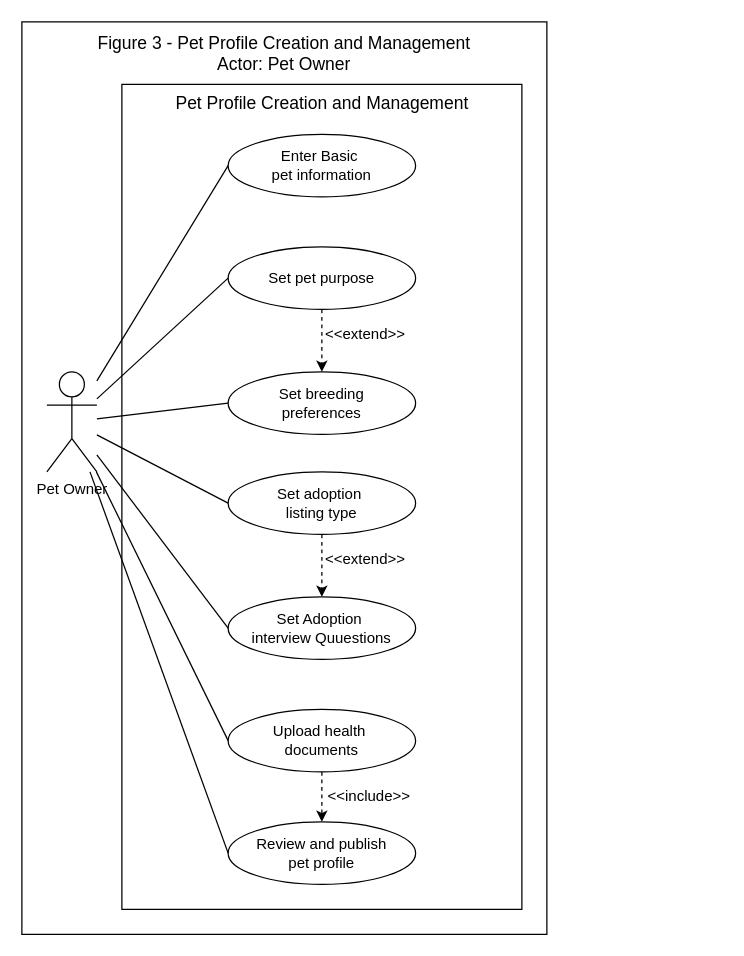
Earlier version of the draw.io diagram page "Figure 3" (3 of 10) of USE-CASE_Diagram_Franco.drawio (Chels013/Breedr-Diagrams). Source tidied: cells renumbered, new cells numbered last; positions are measured from the earlier drawing's top-left corner, leaving out a move shared by most shapes. Both pictures are drawn from the tidied source at 125%, with x=0, y=0 at pixel (21, 21).
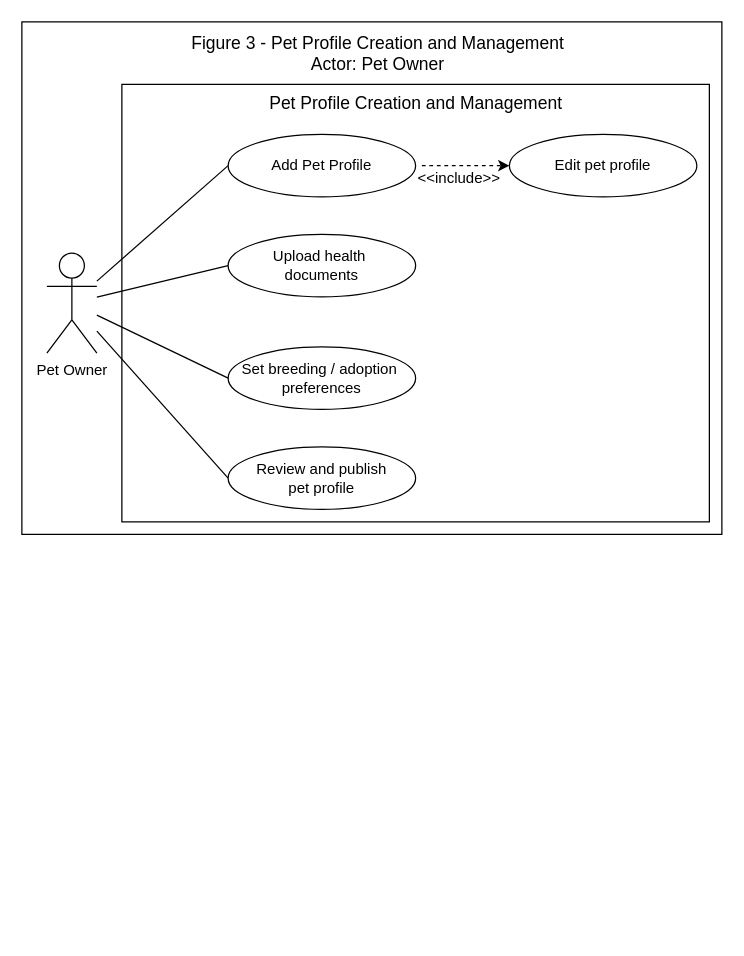
Above is the later version.

Commit message:
i revised the fig 3, Pet Profile Creation and Management

Diff of the diagram source:
```diff
@@
-    <mxCell id="2" style="rounded=0;whiteSpace=wrap;html=1;align=center;verticalAlign=middle;fontFamily=Helvetica;fontSize=12;fontColor=default;fillColor=none;gradientColor=none;" parent="1" vertex="1">
-      <mxGeometry width="420" height="730" as="geometry" />
+    <mxCell id="2" style="rounded=0;whiteSpace=wrap;html=1;align=center;verticalAlign=middle;fontFamily=Helvetica;fontSize=12;" parent="1" vertex="1">
+      <mxGeometry width="560" height="410" as="geometry" />
     </mxCell>
     <mxCell id="3" style="rounded=0;whiteSpace=wrap;html=1;align=center;verticalAlign=middle;fontFamily=Helvetica;fontSize=12;fontColor=default;fillColor=none;gradientColor=none;" parent="1" vertex="1">
-      <mxGeometry x="80" y="50" width="320" height="660" as="geometry" />
+      <mxGeometry x="80" y="50" width="470" height="350" as="geometry" />
     </mxCell>
     <mxCell id="4" value="Figure 3 - Pet Profile Creation and Management&lt;div&gt;Actor: Pet Owner&lt;/div&gt;" style="text;html=1;align=center;verticalAlign=middle;whiteSpace=wrap;rounded=0;fontFamily=Helvetica;fontSize=14;fontColor=default;" parent="1" vertex="1">
-      <mxGeometry x="45" y="10" width="330" height="30" as="geometry" />
+      <mxGeometry x="120" y="10" width="330" height="30" as="geometry" />
     </mxCell>
     <mxCell id="5" value="&lt;span style=&quot;color: rgb(0, 0, 0);&quot;&gt;Pet Profile Creation and Management&lt;/span&gt;" style="text;html=1;align=center;verticalAlign=middle;whiteSpace=wrap;rounded=0;fontFamily=Helvetica;fontSize=14;fontColor=default;" parent="1" vertex="1">
-      <mxGeometry x="112.5" y="50" width="255" height="30" as="geometry" />
+      <mxGeometry x="187.5" y="50" width="255" height="30" as="geometry" />
     </mxCell>
     <mxCell id="6" value="Pet Owner" style="shape=umlActor;verticalLabelPosition=bottom;verticalAlign=top;html=1;outlineConnect=0;rounded=0;align=center;fontFamily=Helvetica;fontSize=12;fontColor=default;fillColor=none;gradientColor=none;" parent="1" vertex="1">
-      <mxGeometry x="20" y="280" width="40" height="80" as="geometry" />
+      <mxGeometry x="20" y="185" width="40" height="80" as="geometry" />
     </mxCell>
-    <mxCell id="7" value="Enter Basic&amp;nbsp;&lt;div&gt;pet information&lt;/div&gt;" style="ellipse;whiteSpace=wrap;html=1;rounded=0;align=center;verticalAlign=middle;fontFamily=Helvetica;fontSize=12;fontColor=default;fillColor=none;gradientColor=none;" parent="1" vertex="1">
+    <mxCell id="7" value="Add Pet Profile" style="ellipse;whiteSpace=wrap;html=1;rounded=0;align=center;verticalAlign=middle;fontFamily=Helvetica;fontSize=12;fontColor=default;fillColor=none;gradientColor=none;" parent="1" vertex="1">
       <mxGeometry x="165" y="90" width="150" height="50" as="geometry" />
     </mxCell>
-    <mxCell id="8" value="Set pet purpose" style="ellipse;whiteSpace=wrap;html=1;rounded=0;align=center;verticalAlign=middle;fontFamily=Helvetica;fontSize=12;fontColor=default;fillColor=none;gradientColor=none;" parent="1" vertex="1">
-      <mxGeometry x="165" y="180" width="150" height="50" as="geometry" />
+    <mxCell id="8" value="Edit pet profile" style="ellipse;whiteSpace=wrap;html=1;rounded=0;align=center;verticalAlign=middle;fontFamily=Helvetica;fontSize=12;fontColor=default;fillColor=none;gradientColor=none;" parent="1" vertex="1">
+      <mxGeometry x="390" y="90" width="150" height="50" as="geometry" />
     </mxCell>
-    <mxCell id="9" value="Set breeding&lt;div&gt;preferences&lt;/div&gt;" style="ellipse;whiteSpace=wrap;html=1;rounded=0;align=center;verticalAlign=middle;fontFamily=Helvetica;fontSize=12;fontColor=default;fillColor=none;gradientColor=none;" parent="1" vertex="1">
-      <mxGeometry x="165" y="280" width="150" height="50" as="geometry" />
-    </mxCell>
-    <mxCell id="10" value="Set adoption&amp;nbsp;&lt;div&gt;listing type&lt;/div&gt;" style="ellipse;whiteSpace=wrap;html=1;rounded=0;align=center;verticalAlign=middle;fontFamily=Helvetica;fontSize=12;fontColor=default;fillColor=none;gradientColor=none;" parent="1" vertex="1">
-      <mxGeometry x="165" y="360" width="150" height="50" as="geometry" />
-    </mxCell>
-    <mxCell id="11" value="Set Adoption&amp;nbsp;&lt;div&gt;interview Quuestions&lt;/div&gt;" style="ellipse;whiteSpace=wrap;html=1;rounded=0;align=center;verticalAlign=middle;fontFamily=Helvetica;fontSize=12;fontColor=default;fillColor=none;gradientColor=none;" parent="1" vertex="1">
-      <mxGeometry x="165" y="460" width="150" height="50" as="geometry" />
-    </mxCell>
     <mxCell id="12" value="Upload health&amp;nbsp;&lt;div&gt;documents&lt;/div&gt;" style="ellipse;whiteSpace=wrap;html=1;rounded=0;align=center;verticalAlign=middle;fontFamily=Helvetica;fontSize=12;fontColor=default;fillColor=none;gradientColor=none;" parent="1" vertex="1">
-      <mxGeometry x="165" y="550" width="150" height="50" as="geometry" />
+      <mxGeometry x="165" y="170" width="150" height="50" as="geometry" />
     </mxCell>
     <mxCell id="13" value="Review and publish&lt;div&gt;pet profile&lt;/div&gt;" style="ellipse;whiteSpace=wrap;html=1;rounded=0;align=center;verticalAlign=middle;fontFamily=Helvetica;fontSize=12;fontColor=default;fillColor=none;gradientColor=none;" parent="1" vertex="1">
-      <mxGeometry x="165" y="640" width="150" height="50" as="geometry" />
+      <mxGeometry x="165" y="340" width="150" height="50" as="geometry" />
     </mxCell>
@@
-    <mxCell id="15" style="endArrow=none;html=1;fontFamily=Helvetica;fontSize=12;fontColor=default;entryX=0;entryY=0.5;entryDx=0;entryDy=0;" parent="1" edge="1" source="6" target="8">
-      <mxGeometry relative="1" as="geometry" />
-    </mxCell>
-    <mxCell id="16" style="endArrow=none;html=1;fontFamily=Helvetica;fontSize=12;fontColor=default;entryX=0;entryY=0.5;entryDx=0;entryDy=0;" parent="1" edge="1" source="6" target="9">
-      <mxGeometry relative="1" as="geometry" />
-    </mxCell>
@@
+    <mxCell id="23" style="html=1;labelBackgroundColor=#ffffff;startArrow=none;startFill=0;startSize=6;endArrow=classic;endFill=1;endSize=6;jettySize=auto;strokeWidth=1;dashed=1;fontSize=14;fontFamily=Helvetica;fontColor=default;entryX=0;entryY=0.5;entryDx=0;entryDy=0;" parent="1" edge="1" target="8">
+      <mxGeometry relative="1" as="geometry">
+        <mxPoint x="320" y="115" as="sourcePoint" />
+      </mxGeometry>
+    </mxCell>
+    <mxCell id="26" value="&amp;lt;&amp;lt;include&amp;gt;&amp;gt;" style="text;html=1;align=center;verticalAlign=middle;whiteSpace=wrap;rounded=0;" parent="1" vertex="1">
+      <mxGeometry x="320" y="120" width="60" height="10" as="geometry" />
+    </mxCell>
+    <mxCell id="27" value="Set breeding / adoption&amp;nbsp;&lt;div&gt;preferences&lt;/div&gt;" style="ellipse;whiteSpace=wrap;html=1;rounded=0;align=center;verticalAlign=middle;fontFamily=Helvetica;fontSize=12;fontColor=default;fillColor=none;gradientColor=none;" parent="1" vertex="1">
+      <mxGeometry x="165" y="260" width="150" height="50" as="geometry" />
+    </mxCell>
+    <mxCell id="28" style="endArrow=none;html=1;fontFamily=Helvetica;fontSize=12;fontColor=default;entryX=0;entryY=0.5;entryDx=0;entryDy=0;" parent="1" edge="1" source="6" target="27">
+      <mxGeometry relative="1" as="geometry" />
+    </mxCell>
@@
-    <mxCell id="19" style="endArrow=none;html=1;fontFamily=Helvetica;fontSize=12;fontColor=default;entryX=0;entryY=0.5;entryDx=0;entryDy=0;" parent="1" edge="1" source="6" target="11">
-      <mxGeometry relative="1" as="geometry" />
-    </mxCell>
-    <mxCell id="20" style="endArrow=none;html=1;fontFamily=Helvetica;fontSize=12;fontColor=default;entryX=0;entryY=0.5;entryDx=0;entryDy=0;" parent="1" edge="1" source="6" target="10">
-      <mxGeometry relative="1" as="geometry" />
-    </mxCell>
-    <mxCell id="21" style="html=1;labelBackgroundColor=#ffffff;startArrow=none;startFill=0;startSize=6;endArrow=classic;endFill=1;endSize=6;jettySize=auto;strokeWidth=1;dashed=1;fontSize=14;fontFamily=Helvetica;fontColor=default;entryX=0.5;entryY=0;entryDx=0;entryDy=0;exitX=0.5;exitY=1;exitDx=0;exitDy=0;" parent="1" edge="1" source="8" target="9">
-      <mxGeometry relative="1" as="geometry" />
-    </mxCell>
-    <mxCell id="22" style="html=1;labelBackgroundColor=#ffffff;startArrow=none;startFill=0;startSize=6;endArrow=classic;endFill=1;endSize=6;jettySize=auto;strokeWidth=1;dashed=1;fontSize=14;fontFamily=Helvetica;fontColor=default;entryX=0.5;entryY=0;entryDx=0;entryDy=0;exitX=0.5;exitY=1;exitDx=0;exitDy=0;" parent="1" edge="1" source="10" target="11">
-      <mxGeometry relative="1" as="geometry" />
-    </mxCell>
-    <mxCell id="23" style="html=1;labelBackgroundColor=#ffffff;startArrow=none;startFill=0;startSize=6;endArrow=classic;endFill=1;endSize=6;jettySize=auto;strokeWidth=1;dashed=1;fontSize=14;fontFamily=Helvetica;fontColor=default;entryX=0.5;entryY=0;entryDx=0;entryDy=0;exitX=0.5;exitY=1;exitDx=0;exitDy=0;" parent="1" edge="1" source="12" target="13">
-      <mxGeometry relative="1" as="geometry" />
-    </mxCell>
-    <mxCell id="24" value="&amp;lt;&amp;lt;extend&amp;gt;&amp;gt;" style="text;html=1;align=center;verticalAlign=middle;whiteSpace=wrap;rounded=0;fontFamily=Helvetica;fontSize=12;fontColor=default;" parent="1" vertex="1">
-      <mxGeometry x="245" y="240" width="60" height="20" as="geometry" />
-    </mxCell>
-    <mxCell id="25" value="&amp;lt;&amp;lt;extend&amp;gt;&amp;gt;" style="text;html=1;align=center;verticalAlign=middle;whiteSpace=wrap;rounded=0;fontFamily=Helvetica;fontSize=12;fontColor=default;" parent="1" vertex="1">
-      <mxGeometry x="245" y="420" width="60" height="20" as="geometry" />
-    </mxCell>
-    <mxCell id="26" value="&amp;lt;&amp;lt;include&amp;gt;&amp;gt;" style="text;html=1;align=center;verticalAlign=middle;whiteSpace=wrap;rounded=0;fontFamily=Helvetica;fontSize=12;fontColor=default;" parent="1" vertex="1">
-      <mxGeometry x="241" y="610" width="74" height="20" as="geometry" />
-    </mxCell>
```
